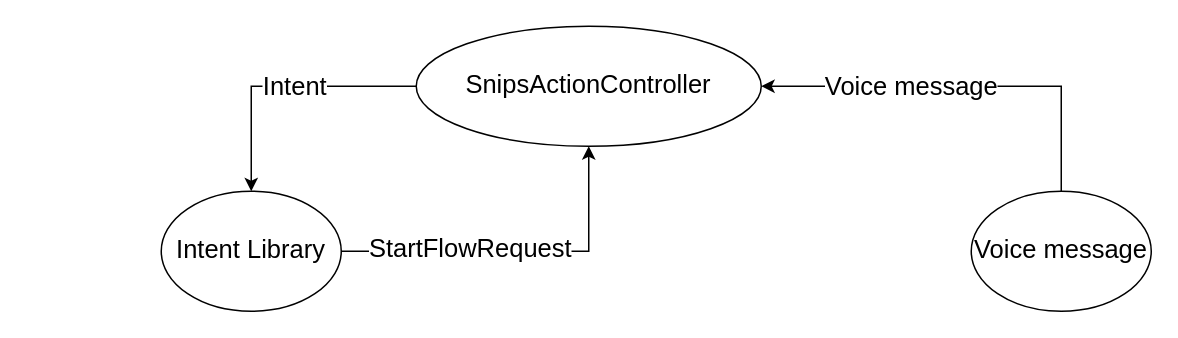
FablabHome/The_Essense_of_the_Grey_Region keeps this draw.io diagram as RCJ_pcms_base/diagrams/SnipsActionController.drawio. Above is the earlier version. Source tidied: cells renumbered, new cells numbered last; positions are measured from the earlier drawing's top-left corner, leaving out a move shared by most shapes. Both pictures are drawn from the tidied source at 150%, with x=0, y=0 at pixel (160, 26).
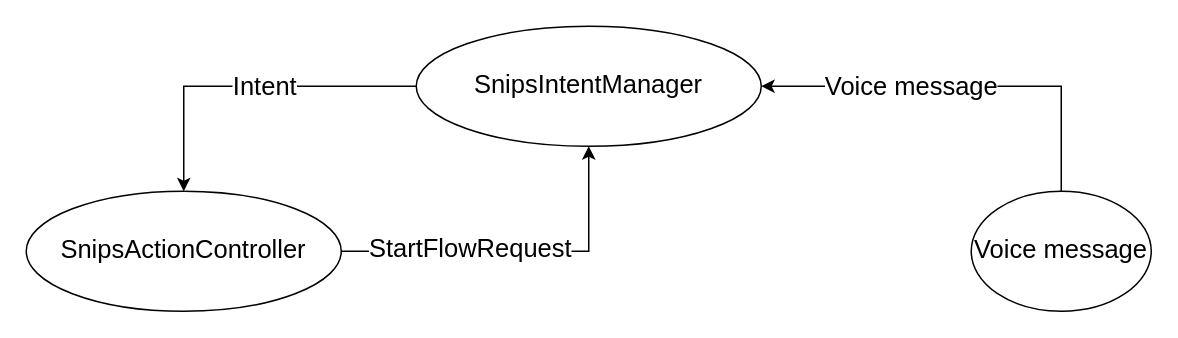
After the change.

Change to the diagram source:
```diff
@@
 <mxGraphModel>
   <root>
     <mxCell id="0" />
     <mxCell id="1" parent="0" />
     <mxCell id="2" style="edgeStyle=orthogonalEdgeStyle;rounded=0;jettySize=auto;html=1;entryX=0.5;entryY=1;entryDx=0;entryDy=0;fontSize=17;" parent="1" edge="1" source="4" target="7">
       <mxGeometry relative="1" as="geometry" />
     </mxCell>
     <mxCell id="3" value="StartFlowRequest" style="edgeLabel;html=1;align=center;verticalAlign=middle;fontSize=17;" parent="2" vertex="1">
       <mxGeometry x="-0.15" y="2" relative="1" as="geometry">
         <mxPoint x="-15" as="offset" />
       </mxGeometry>
     </mxCell>
-    <mxCell id="4" value="&lt;font style=&quot;font-size: 17px&quot;&gt;Intent Library&lt;/font&gt;" style="ellipse;whiteSpace=wrap;html=1;" parent="1" vertex="1">
-      <mxGeometry y="110" width="120" height="80" as="geometry" />
+    <mxCell id="4" value="&lt;font style=&quot;font-size: 17px&quot;&gt;SnipsActionController&lt;/font&gt;" style="ellipse;whiteSpace=wrap;html=1;" parent="1" vertex="1">
+      <mxGeometry x="-90" y="110" width="210" height="80" as="geometry" />
     </mxCell>
     <mxCell id="5" style="edgeStyle=orthogonalEdgeStyle;rounded=0;jettySize=auto;html=1;fontSize=17;" parent="1" edge="1" source="7" target="4">
       <mxGeometry relative="1" as="geometry" />
     </mxCell>
     <mxCell id="6" value="Intent" style="edgeLabel;html=1;align=center;verticalAlign=middle;fontSize=17;" parent="5" vertex="1">
       <mxGeometry x="-0.09" relative="1" as="geometry" />
     </mxCell>
-    <mxCell id="7" value="SnipsActionController" style="ellipse;whiteSpace=wrap;html=1;fontSize=17;" parent="1" vertex="1">
+    <mxCell id="7" value="SnipsIntentManager" style="ellipse;whiteSpace=wrap;html=1;fontSize=17;" parent="1" vertex="1">
       <mxGeometry x="170" width="230" height="80" as="geometry" />
     </mxCell>
     <mxCell id="8" style="edgeStyle=orthogonalEdgeStyle;rounded=0;jettySize=auto;html=1;entryX=1;entryY=0.5;entryDx=0;entryDy=0;fontSize=17;" parent="1" edge="1" source="10" target="7">
       <mxGeometry relative="1" as="geometry">
         <Array as="points">
           <mxPoint x="600" y="40" />
         </Array>
       </mxGeometry>
     </mxCell>
     <mxCell id="9" value="Voice message" style="edgeLabel;html=1;align=center;verticalAlign=middle;fontSize=17;" parent="8" vertex="1">
       <mxGeometry x="0.27" relative="1" as="geometry" />
     </mxCell>
     <mxCell id="10" value="Voice message" style="ellipse;whiteSpace=wrap;html=1;fontSize=17;" parent="1" vertex="1">
       <mxGeometry x="540" y="110" width="120" height="80" as="geometry" />
     </mxCell>
   </root>
 </mxGraphModel>
```
